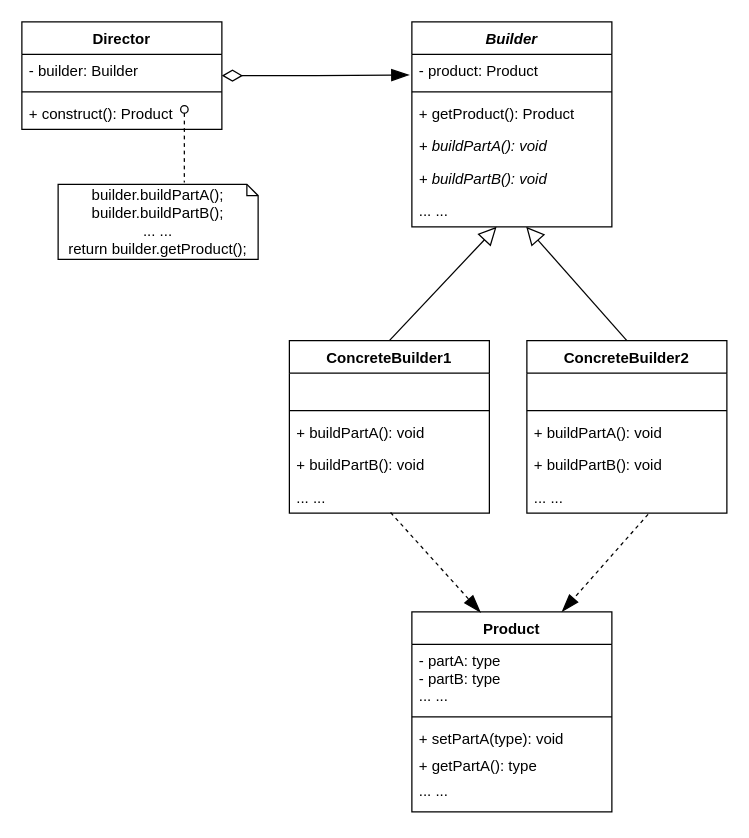
Earlier version of the draw.io diagram src/main/java/GoF/creational/builder/imgs/Builder.drawio (NinaWan/DesignPattern). Source tidied: cells renumbered, new cells numbered last; positions are measured from the earlier drawing's top-left corner, leaving out a move shared by most shapes. Both pictures are drawn from the tidied source at 125%, with x=0, y=0 at pixel (21, 21).
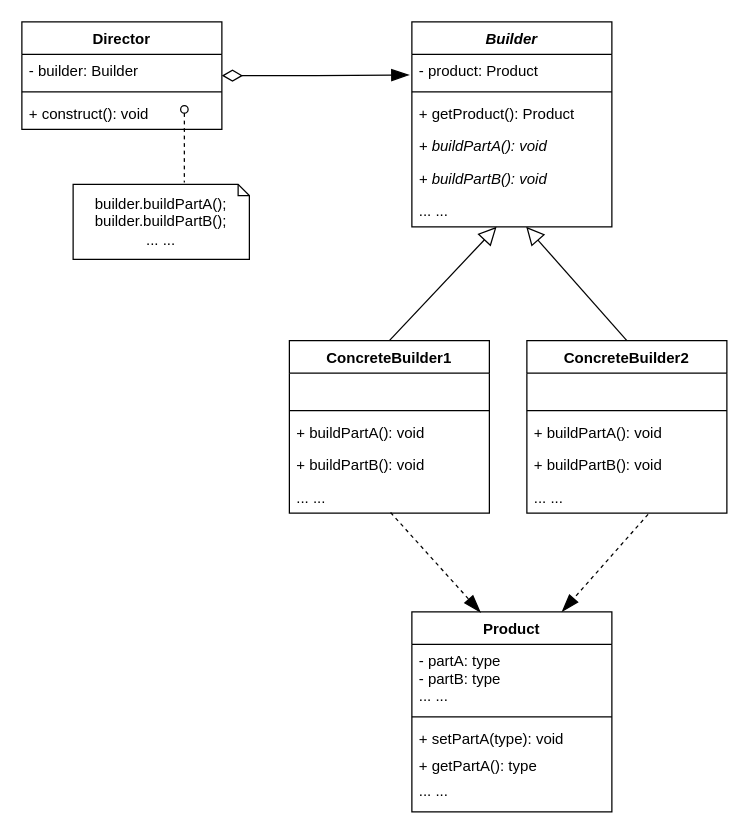
The same diagram, later.

Commit message (it also covers changes not shown here):
Add Builder pattern

Unchanged cells that the change refers to:
```xml
<mxCell id="27" value="Director" style="swimlane;fontStyle=1;align=center;verticalAlign=top;horizontal=1;startSize=26;" parent="1" vertex="1">
  <mxGeometry width="160" height="86" as="geometry" />
</mxCell>
```

Diff of the diagram source:
```diff
@@
-    <mxCell id="30" value="+ construct(): Product" style="text;strokeColor=none;fillColor=none;align=left;verticalAlign=top;spacingLeft=4;spacingRight=4;overflow=hidden;" parent="27" vertex="1">
+    <mxCell id="30" value="+ construct(): void" style="text;strokeColor=none;fillColor=none;align=left;verticalAlign=top;spacingLeft=4;spacingRight=4;overflow=hidden;" parent="27" vertex="1">
       <mxGeometry y="60" width="160" height="26" as="geometry" />
     </mxCell>
-    <mxCell id="31" value="builder.buildPartA();&lt;br&gt;builder.buildPartB();&lt;br&gt;... ...&lt;br&gt;return builder.getProduct();" style="shape=note;size=9;whiteSpace=wrap;html=1;" parent="1" vertex="1">
-      <mxGeometry x="29" y="130" width="160" height="60" as="geometry" />
+    <mxCell id="31" value="builder.buildPartA();&lt;br&gt;builder.buildPartB();&lt;br&gt;... ..." style="shape=note;size=9;whiteSpace=wrap;html=1;" parent="1" vertex="1">
+      <mxGeometry x="41" y="130" width="141" height="60" as="geometry" />
     </mxCell>
```
